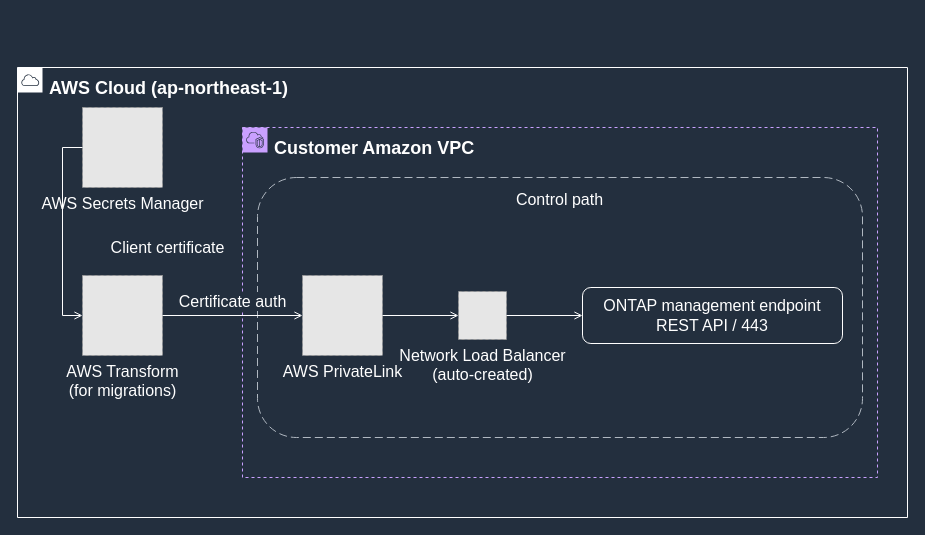
Yoshiki0705/vmware-migration-ec2-ontap keeps this draw.io diagram as docs/_assets/diagrams/atx-fsxn-control-path-en-dark.drawio. Above is the earlier version. Source tidied: cells renumbered, new cells numbered last; positions are measured from the earlier drawing's top-left corner, leaving out a move shared by most shapes. Both pictures are drawn from the tidied source at 100%, with x=0, y=0 at pixel (17, 67). Pictures stored in the file or linked from it are replaced by grey dashed boxes.
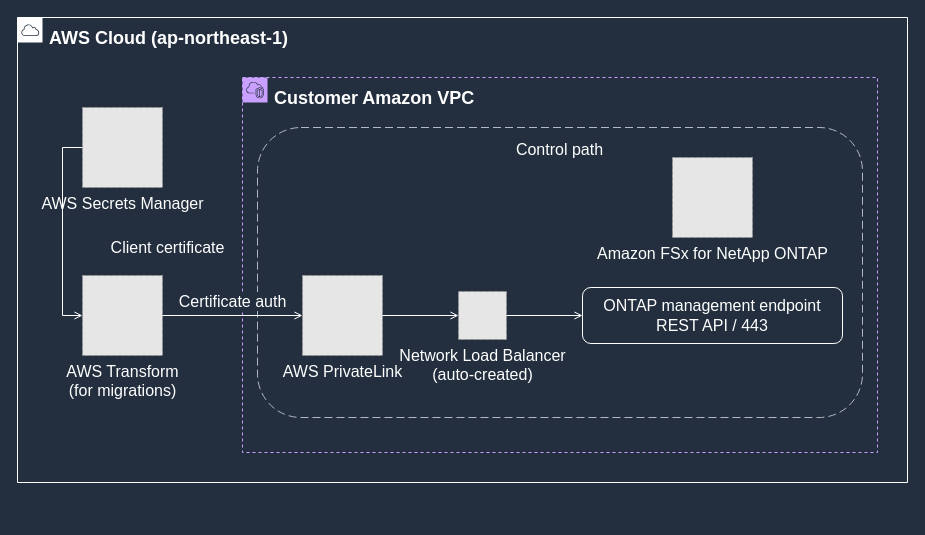
After the change.

The edit, as a diff of the source:
```diff
@@
 <mxGraphModel background="#232F3E">
   <root>
     <mxCell id="0" />
     <mxCell id="1" parent="0" />
     <mxCell id="2" value="AWS Cloud (ap-northeast-1)" style="gradientColor=none;html=1;whiteSpace=wrap;fontSize=18;fontStyle=1;fontColor=#FFFFFF;shape=mxgraph.aws4.group;grIcon=mxgraph.aws4.group_aws_cloud;strokeColor=#FFFFFF;fillColor=none;verticalAlign=top;align=left;spacingLeft=30;spacingTop=4;dashed=0;" parent="1" vertex="1">
-      <mxGeometry width="890" height="450" as="geometry" />
+      <mxGeometry y="-50" width="890" height="465" as="geometry" />
     </mxCell>
     <mxCell id="3" value="Customer Amazon VPC" style="gradientColor=none;html=1;whiteSpace=wrap;fontSize=18;fontStyle=1;fontColor=#FFFFFF;shape=mxgraph.aws4.group;grIcon=mxgraph.aws4.group_vpc2;strokeColor=#C9A0FF;fillColor=none;verticalAlign=top;align=left;spacingLeft=30;spacingTop=4;dashed=1;" parent="1" vertex="1">
-      <mxGeometry x="225" y="60" width="635" height="350" as="geometry" />
+      <mxGeometry x="225" y="10" width="635" height="375" as="geometry" />
     </mxCell>
     <mxCell id="4" value="Control path" style="rounded=1;whiteSpace=wrap;html=1;dashed=1;dashPattern=8 4;strokeColor=#B0B8C1;fillColor=none;fontColor=#FFFFFF;fontSize=16;verticalAlign=top;align=center;spacingTop=6;" parent="1" vertex="1">
-      <mxGeometry x="240" y="110" width="605" height="260" as="geometry" />
+      <mxGeometry x="240" y="60" width="605" height="290" as="geometry" />
     </mxCell>
     <mxCell id="5" value="ONTAP management endpoint&#10;REST API / 443" style="rounded=1;whiteSpace=wrap;html=1;strokeColor=#FFFFFF;fillColor=none;fontColor=#FFFFFF;fontSize=16;verticalAlign=middle;align=center;" parent="1" vertex="1">
       <mxGeometry x="565" y="220" width="260" height="56" as="geometry" />
     </mxCell>
     <mxCell id="6" value="AWS Transform&#10;(for migrations)" style="fillColor=#E6E6E6;strokeColor=#999999;dashed=1;html=1;verticalLabelPosition=bottom;verticalAlign=top;labelPosition=center;align=center;fontSize=16;fontColor=#FFFFFF;" parent="1" vertex="1">
       <mxGeometry x="65" y="208" width="80" height="80" as="geometry" />
     </mxCell>
     <mxCell id="7" value="AWS Secrets Manager" style="fillColor=#E6E6E6;strokeColor=#999999;dashed=1;html=1;verticalLabelPosition=bottom;verticalAlign=top;labelPosition=center;align=center;fontSize=16;fontColor=#FFFFFF;" parent="1" vertex="1">
       <mxGeometry x="65" y="40" width="80" height="80" as="geometry" />
     </mxCell>
     <mxCell id="8" value="AWS PrivateLink" style="fillColor=#E6E6E6;strokeColor=#999999;dashed=1;html=1;verticalLabelPosition=bottom;verticalAlign=top;labelPosition=center;align=center;fontSize=16;fontColor=#FFFFFF;" parent="1" vertex="1">
       <mxGeometry x="285" y="208" width="80" height="80" as="geometry" />
     </mxCell>
     <mxCell id="9" value="Network Load Balancer&#10;(auto-created)" style="fillColor=#E6E6E6;strokeColor=#999999;dashed=1;html=1;verticalLabelPosition=bottom;verticalAlign=top;labelPosition=center;align=center;fontSize=16;fontColor=#FFFFFF;" parent="1" vertex="1">
       <mxGeometry x="441" y="224" width="48" height="48" as="geometry" />
     </mxCell>
+    <mxCell id="14" value="Amazon FSx for NetApp ONTAP" style="fillColor=#E6E6E6;strokeColor=#999999;dashed=1;html=1;verticalLabelPosition=bottom;verticalAlign=top;labelPosition=center;align=center;fontSize=16;fontColor=#FFFFFF;" parent="1" vertex="1">
+      <mxGeometry x="655" y="90" width="80" height="80" as="geometry" />
+    </mxCell>
     <mxCell id="10" value="Certificate auth" style="edgeStyle=orthogonalEdgeStyle;rounded=0;html=1;endArrow=open;endFill=0;strokeColor=#FFFFFF;strokeWidth=1;fontSize=16;fontColor=#FFFFFF;labelBackgroundColor=#232F3E;exitX=1;exitY=0.5;exitDx=0;exitDy=0;entryX=0;entryY=0.5;entryDx=0;entryDy=0;" parent="1" edge="1" source="6" target="8">
       <mxGeometry relative="1" as="geometry">
         <mxPoint y="-14" as="offset" />
       </mxGeometry>
     </mxCell>
     <mxCell id="11" style="edgeStyle=orthogonalEdgeStyle;rounded=0;html=1;endArrow=open;endFill=0;strokeColor=#FFFFFF;strokeWidth=1;fontSize=16;fontColor=#FFFFFF;labelBackgroundColor=#232F3E;exitX=1;exitY=0.5;exitDx=0;exitDy=0;entryX=0;entryY=0.5;entryDx=0;entryDy=0;" parent="1" edge="1" source="8" target="9">
       <mxGeometry relative="1" as="geometry" />
     </mxCell>
     <mxCell id="12" style="edgeStyle=orthogonalEdgeStyle;rounded=0;html=1;endArrow=open;endFill=0;strokeColor=#FFFFFF;strokeWidth=1;fontSize=16;fontColor=#FFFFFF;labelBackgroundColor=#232F3E;exitX=1;exitY=0.5;exitDx=0;exitDy=0;entryX=0;entryY=0.5;entryDx=0;entryDy=0;" parent="1" edge="1" source="9" target="5">
       <mxGeometry relative="1" as="geometry" />
     </mxCell>
     <mxCell id="13" value="Client certificate" style="edgeStyle=orthogonalEdgeStyle;rounded=0;html=1;endArrow=open;endFill=0;strokeColor=#FFFFFF;strokeWidth=1;fontSize=16;fontColor=#FFFFFF;labelBackgroundColor=#232F3E;exitX=0;exitY=0.5;exitDx=0;exitDy=0;entryX=0;entryY=0.5;entryDx=0;entryDy=0;" parent="1" edge="1" source="7" target="6">
       <mxGeometry x="0.15" relative="1" as="geometry">
         <Array as="points">
           <mxPoint x="45" y="80" />
           <mxPoint x="45" y="248" />
         </Array>
         <mxPoint x="105" as="offset" />
       </mxGeometry>
     </mxCell>
   </root>
 </mxGraphModel>
```
